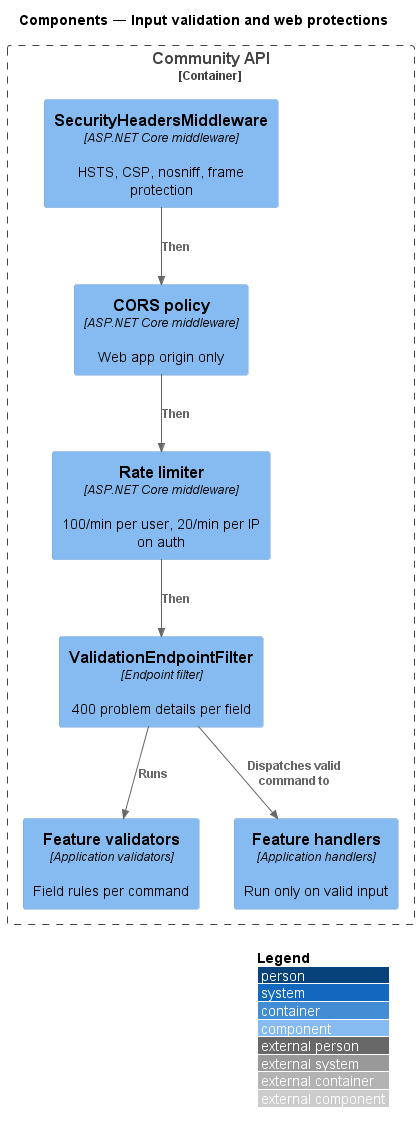
QuinntyneBrown/faithtech-community keeps this PlantUML diagram as docs/detailed-designs/platform/input-validation-and-web-protections/diagrams/c4-component.png. Above is the earlier version. The source it was exported from:
```plantuml
@startuml
!include <C4/C4_Component>
LAYOUT_WITH_LEGEND()
title Components — Input validation and web protections
Container_Boundary(api, "Community API") {
  Component(hdr, "SecurityHeadersMiddleware", "ASP.NET Core middleware", "HSTS, CSP, nosniff, frame protection")
  Component(cors, "CORS policy", "ASP.NET Core middleware", "Web app origin only")
  Component(rl, "Rate limiter", "ASP.NET Core middleware", "100/min per user, 20/min per IP on auth")
  Component(vf, "ValidationEndpointFilter", "Endpoint filter", "400 problem details per field")
  Component(val, "Feature validators", "Application validators", "Field rules per command")
  Component(h, "Feature handlers", "Application handlers", "Run only on valid input")
}
Rel(hdr, cors, "Then")
Rel(cors, rl, "Then")
Rel(rl, vf, "Then")
Rel(vf, val, "Runs")
Rel(vf, h, "Dispatches valid command to")
@enduml
```
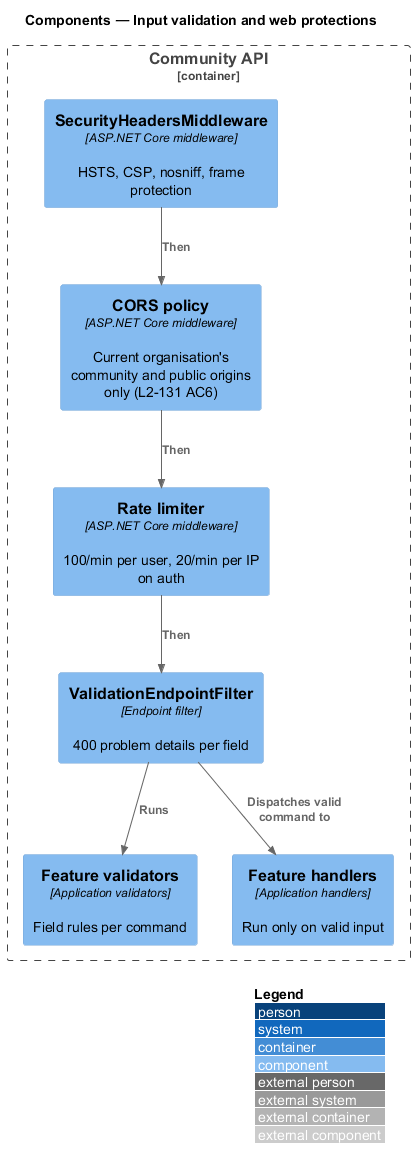
After the commit.

What changed in the source:
```diff
@@ -4,7 +4,7 @@
 title Components — Input validation and web protections
 Container_Boundary(api, "Community API") {
   Component(hdr, "SecurityHeadersMiddleware", "ASP.NET Core middleware", "HSTS, CSP, nosniff, frame protection")
-  Component(cors, "CORS policy", "ASP.NET Core middleware", "Web app origin only")
+  Component(cors, "CORS policy", "ASP.NET Core middleware", "Current organisation's community and public origins only (L2-131 AC6)")
   Component(rl, "Rate limiter", "ASP.NET Core middleware", "100/min per user, 20/min per IP on auth")
   Component(vf, "ValidationEndpointFilter", "Endpoint filter", "400 problem details per field")
   Component(val, "Feature validators", "Application validators", "Field rules per command")
```
